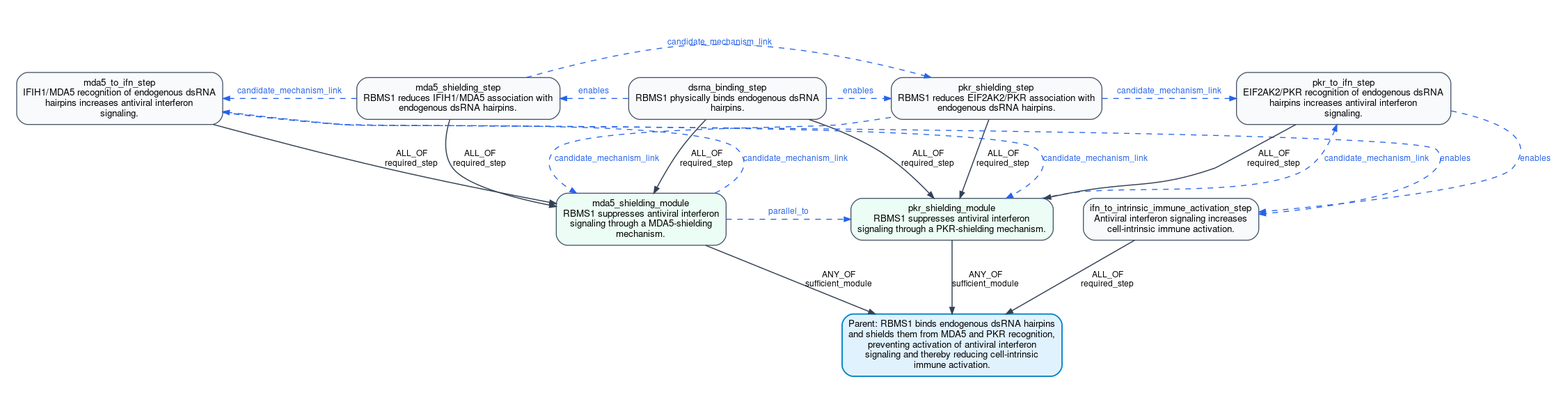
The Graphviz diagram assets/claim_dags/step0_live_rbms1_dsrna_shielding.png in eliannaqk/bioKG, before a commit. Its source is kept beside it as assets/claim_dags/step0_live_rbms1_dsrna_shielding.dot. Source of this version:
```dot
digraph G {
  graph [rankdir=TB, bgcolor="white", pad="0.25", nodesep="0.45", ranksep="0.75", splines=true];
  node [shape=box, style="rounded,filled", fontname="Helvetica", fontsize=10, margin="0.10,0.08", color="#475569", fillcolor="#f8fafc"];
  edge [fontname="Helvetica", fontsize=9, color="#334155", arrowsize=0.7];
  P [label="Parent: RBMS1 binds endogenous dsRNA hairpins
and shields them from MDA5 and PKR recognition,
preventing activation of antiviral interferon
signaling and thereby reducing cell-intrinsic
immune activation.", fillcolor="#e0f2fe", color="#0284c7", penwidth=1.4];
  N1 [label="dsrna_binding_step
RBMS1 physically binds endogenous dsRNA
hairpins.", fillcolor="#f8fafc"];
  N2 [label="mda5_shielding_step
RBMS1 reduces IFIH1/MDA5 association with
endogenous dsRNA hairpins.", fillcolor="#f8fafc"];
  N3 [label="pkr_shielding_step
RBMS1 reduces EIF2AK2/PKR association with
endogenous dsRNA hairpins.", fillcolor="#f8fafc"];
  N4 [label="mda5_shielding_module
RBMS1 suppresses antiviral interferon
signaling through a MDA5-shielding
mechanism.", fillcolor="#ecfdf5"];
  N5 [label="mda5_to_ifn_step
IFIH1/MDA5 recognition of endogenous dsRNA
hairpins increases antiviral interferon
signaling.", fillcolor="#f8fafc"];
  N6 [label="pkr_shielding_module
RBMS1 suppresses antiviral interferon
signaling through a PKR-shielding mechanism.", fillcolor="#ecfdf5"];
  N7 [label="pkr_to_ifn_step
EIF2AK2/PKR recognition of endogenous dsRNA
hairpins increases antiviral interferon
signaling.", fillcolor="#f8fafc"];
  N8 [label="ifn_to_intrinsic_immune_activation_step
Antiviral interferon signaling increases
cell-intrinsic immune activation.", fillcolor="#f8fafc"];
  N4 -> P [label="ANY_OF
sufficient_module", color="#334155", penwidth=1.1];
  N6 -> P [label="ANY_OF
sufficient_module", color="#334155", penwidth=1.1];
  N8 -> P [label="ALL_OF
required_step", color="#334155", penwidth=1.1];
  N1 -> N4 [label="ALL_OF
required_step", color="#334155", penwidth=1.1];
  N2 -> N4 [label="ALL_OF
required_step", color="#334155", penwidth=1.1];
  N5 -> N4 [label="ALL_OF
required_step", color="#334155", penwidth=1.1];
  N1 -> N6 [label="ALL_OF
required_step", color="#334155", penwidth=1.1];
  N3 -> N6 [label="ALL_OF
required_step", color="#334155", penwidth=1.1];
  N7 -> N6 [label="ALL_OF
required_step", color="#334155", penwidth=1.1];
  N1 -> N2 [label="enables", style=dashed, color="#2563eb", fontcolor="#2563eb", constraint=false];
  N1 -> N3 [label="enables", style=dashed, color="#2563eb", fontcolor="#2563eb", constraint=false];
  N2 -> N5 [label="candidate_mechanism_link", style=dashed, color="#2563eb", fontcolor="#2563eb", constraint=false];
  N3 -> N7 [label="candidate_mechanism_link", style=dashed, color="#2563eb", fontcolor="#2563eb", constraint=false];
  N4 -> N6 [label="parallel_to", style=dashed, color="#2563eb", fontcolor="#2563eb", constraint=false];
  N5 -> N8 [label="enables", style=dashed, color="#2563eb", fontcolor="#2563eb", constraint=false];
  N7 -> N8 [label="enables", style=dashed, color="#2563eb", fontcolor="#2563eb", constraint=false];
  N2 -> N3 [label="candidate_mechanism_link", style=dashed, color="#2563eb", fontcolor="#2563eb", constraint=false];
  N3 -> N4 [label="candidate_mechanism_link", style=dashed, color="#2563eb", fontcolor="#2563eb", constraint=false];
  N4 -> N5 [label="candidate_mechanism_link", style=dashed, color="#2563eb", fontcolor="#2563eb", constraint=false];
  N5 -> N6 [label="candidate_mechanism_link", style=dashed, color="#2563eb", fontcolor="#2563eb", constraint=false];
  N6 -> N7 [label="candidate_mechanism_link", style=dashed, color="#2563eb", fontcolor="#2563eb", constraint=false];
}
```
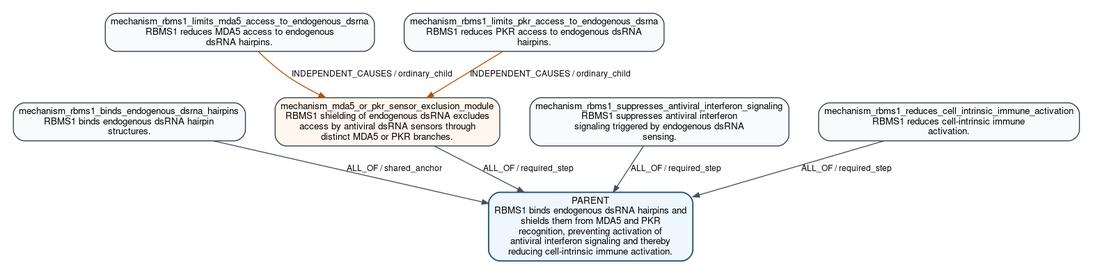
The same file after the commit.

The edit, as a diff of the source:
```diff
@@ -1,67 +1,18 @@
 digraph G {
-  graph [rankdir=TB, bgcolor="white", pad="0.25", nodesep="0.45", ranksep="0.75", splines=true];
-  node [shape=box, style="rounded,filled", fontname="Helvetica", fontsize=10, margin="0.10,0.08", color="#475569", fillcolor="#f8fafc"];
-  edge [fontname="Helvetica", fontsize=9, color="#334155", arrowsize=0.7];
-  P [label="Parent: RBMS1 binds endogenous dsRNA hairpins
-and shields them from MDA5 and PKR recognition,
-preventing activation of antiviral interferon
-signaling and thereby reducing cell-intrinsic
-immune activation.", fillcolor="#e0f2fe", color="#0284c7", penwidth=1.4];
-  N1 [label="dsrna_binding_step
-RBMS1 physically binds endogenous dsRNA
-hairpins.", fillcolor="#f8fafc"];
-  N2 [label="mda5_shielding_step
-RBMS1 reduces IFIH1/MDA5 association with
-endogenous dsRNA hairpins.", fillcolor="#f8fafc"];
-  N3 [label="pkr_shielding_step
-RBMS1 reduces EIF2AK2/PKR association with
-endogenous dsRNA hairpins.", fillcolor="#f8fafc"];
-  N4 [label="mda5_shielding_module
-RBMS1 suppresses antiviral interferon
-signaling through a MDA5-shielding
-mechanism.", fillcolor="#ecfdf5"];
-  N5 [label="mda5_to_ifn_step
-IFIH1/MDA5 recognition of endogenous dsRNA
-hairpins increases antiviral interferon
-signaling.", fillcolor="#f8fafc"];
-  N6 [label="pkr_shielding_module
-RBMS1 suppresses antiviral interferon
-signaling through a PKR-shielding mechanism.", fillcolor="#ecfdf5"];
-  N7 [label="pkr_to_ifn_step
-EIF2AK2/PKR recognition of endogenous dsRNA
-hairpins increases antiviral interferon
-signaling.", fillcolor="#f8fafc"];
-  N8 [label="ifn_to_intrinsic_immune_activation_step
-Antiviral interferon signaling increases
-cell-intrinsic immune activation.", fillcolor="#f8fafc"];
-  N4 -> P [label="ANY_OF
-sufficient_module", color="#334155", penwidth=1.1];
-  N6 -> P [label="ANY_OF
-sufficient_module", color="#334155", penwidth=1.1];
-  N8 -> P [label="ALL_OF
-required_step", color="#334155", penwidth=1.1];
-  N1 -> N4 [label="ALL_OF
-required_step", color="#334155", penwidth=1.1];
-  N2 -> N4 [label="ALL_OF
-required_step", color="#334155", penwidth=1.1];
-  N5 -> N4 [label="ALL_OF
-required_step", color="#334155", penwidth=1.1];
-  N1 -> N6 [label="ALL_OF
-required_step", color="#334155", penwidth=1.1];
-  N3 -> N6 [label="ALL_OF
-required_step", color="#334155", penwidth=1.1];
-  N7 -> N6 [label="ALL_OF
-required_step", color="#334155", penwidth=1.1];
-  N1 -> N2 [label="enables", style=dashed, color="#2563eb", fontcolor="#2563eb", constraint=false];
-  N1 -> N3 [label="enables", style=dashed, color="#2563eb", fontcolor="#2563eb", constraint=false];
-  N2 -> N5 [label="candidate_mechanism_link", style=dashed, color="#2563eb", fontcolor="#2563eb", constraint=false];
-  N3 -> N7 [label="candidate_mechanism_link", style=dashed, color="#2563eb", fontcolor="#2563eb", constraint=false];
-  N4 -> N6 [label="parallel_to", style=dashed, color="#2563eb", fontcolor="#2563eb", constraint=false];
-  N5 -> N8 [label="enables", style=dashed, color="#2563eb", fontcolor="#2563eb", constraint=false];
-  N7 -> N8 [label="enables", style=dashed, color="#2563eb", fontcolor="#2563eb", constraint=false];
-  N2 -> N3 [label="candidate_mechanism_link", style=dashed, color="#2563eb", fontcolor="#2563eb", constraint=false];
-  N3 -> N4 [label="candidate_mechanism_link", style=dashed, color="#2563eb", fontcolor="#2563eb", constraint=false];
-  N4 -> N5 [label="candidate_mechanism_link", style=dashed, color="#2563eb", fontcolor="#2563eb", constraint=false];
-  N5 -> N6 [label="candidate_mechanism_link", style=dashed, color="#2563eb", fontcolor="#2563eb", constraint=false];
-  N6 -> N7 [label="candidate_mechanism_link", style=dashed, color="#2563eb", fontcolor="#2563eb", constraint=false];
+  graph [rankdir=TB, bgcolor="white", pad="0.2", nodesep="0.45", ranksep="0.55"];
+  node [shape=box, style="rounded,filled", fontname="Helvetica", fontsize=10, margin="0.08,0.06", color="#2f3a45", fillcolor="#f8fafc"];
+  edge [fontname="Helvetica", fontsize=9, color="#46515f", arrowsize=0.7];
+  PARENT [label="PARENT\nRBMS1 binds endogenous dsRNA hairpins and\nshields them from MDA5 and PKR\nrecognition, preventing activation of\nantiviral interferon signaling and thereby\nreducing cell-intrinsic immune activation.", fillcolor="#eef6ff", color="#24527a", penwidth=1.4];
+  N1 [label="mechanism_rbms1_binds_endogenous_dsrna_hairpins\nRBMS1 binds endogenous dsRNA hairpin\nstructures.", fillcolor="#f8fafc"];
+  N2 [label="mechanism_mda5_or_pkr_sensor_exclusion_module\nRBMS1 shielding of endogenous dsRNA excludes\naccess by antiviral dsRNA sensors through\ndistinct MDA5 or PKR branches.", fillcolor="#fff7ed"];
+  N3 [label="mechanism_rbms1_limits_mda5_access_to_endogenous_dsrna\nRBMS1 reduces MDA5 access to endogenous\ndsRNA hairpins.", fillcolor="#f8fafc"];
+  N4 [label="mechanism_rbms1_limits_pkr_access_to_endogenous_dsrna\nRBMS1 reduces PKR access to endogenous dsRNA\nhairpins.", fillcolor="#f8fafc"];
+  N5 [label="mechanism_rbms1_suppresses_antiviral_interferon_signaling\nRBMS1 suppresses antiviral interferon\nsignaling triggered by endogenous dsRNA\nsensing.", fillcolor="#f8fafc"];
+  N6 [label="mechanism_rbms1_reduces_cell_intrinsic_immune_activation\nRBMS1 reduces cell-intrinsic immune\nactivation.", fillcolor="#f8fafc"];
+  N3 -> N2 [label="INDEPENDENT_CAUSES / ordinary_child", color="#b45309"];
+  N4 -> N2 [label="INDEPENDENT_CAUSES / ordinary_child", color="#b45309"];
+  N1 -> PARENT [label="ALL_OF / shared_anchor", color="#46515f"];
+  N2 -> PARENT [label="ALL_OF / required_step", color="#46515f"];
+  N5 -> PARENT [label="ALL_OF / required_step", color="#46515f"];
+  N6 -> PARENT [label="ALL_OF / required_step", color="#46515f"];
 }
```
